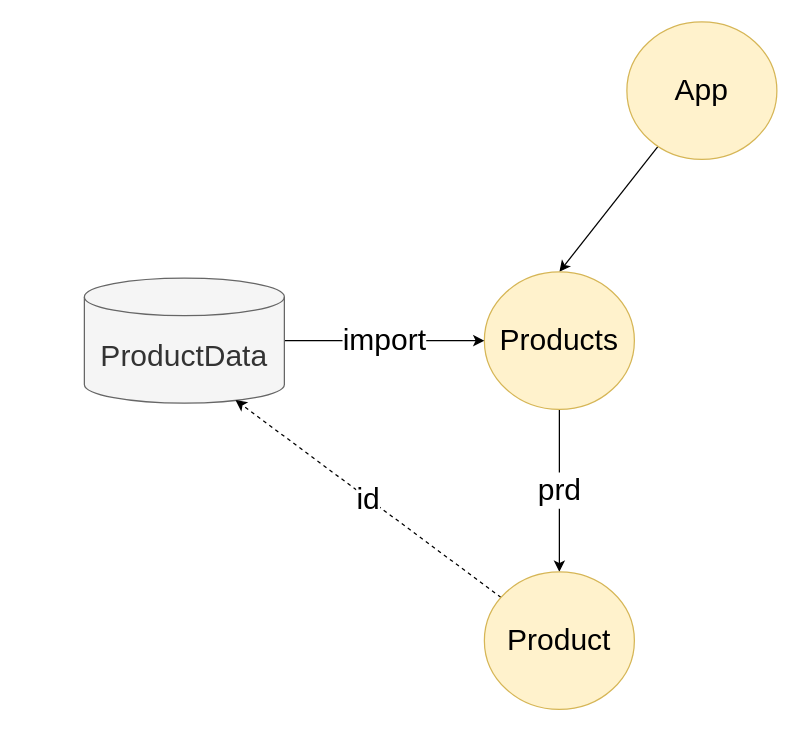
Before: page "ProductApp" (2 of 2) of Drawings.drawio in zcomert/BTK-AI-based-Web-Apps, a draw.io diagram. Source tidied: cells renumbered, new cells numbered last; positions are measured from the earlier drawing's top-left corner, leaving out a move shared by most shapes. Both pictures are drawn from the tidied source at 125%, with x=0, y=0 at pixel (84, 21).
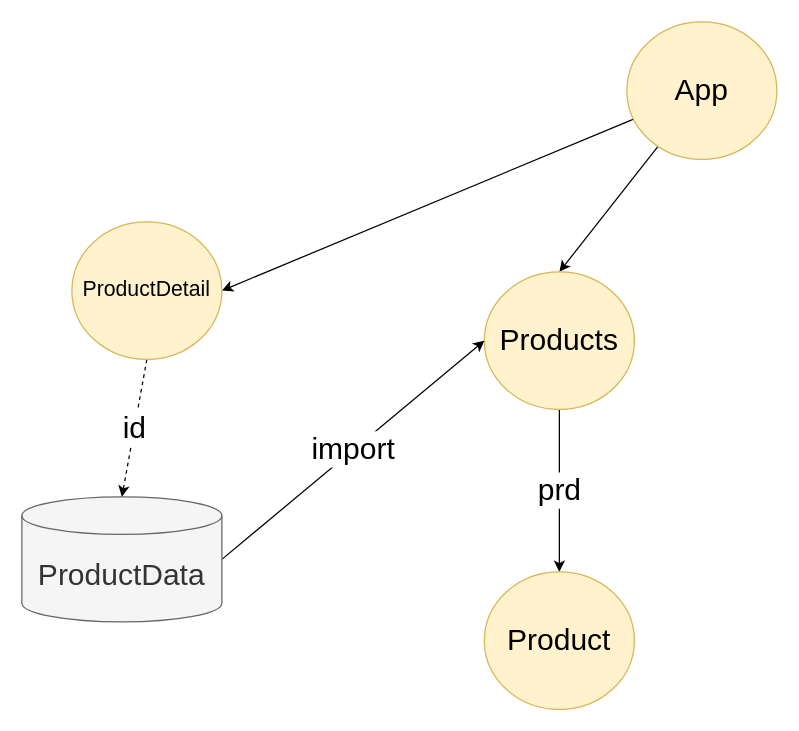
The same diagram, later.

What changed in the source:
```diff
@@
 <mxGraphModel>
   <root>
     <mxCell id="0" />
     <mxCell id="1" parent="0" />
     <mxCell id="2" style="rounded=0;jettySize=auto;html=1;entryX=0.5;entryY=0;entryDx=0;entryDy=0;fontSize=24;" parent="1" edge="1" source="3" target="5">
       <mxGeometry relative="1" as="geometry" />
     </mxCell>
+    <mxCell id="10" style="edgeStyle=none;rounded=0;jettySize=auto;html=1;entryX=1;entryY=0.5;entryDx=0;entryDy=0;fontSize=17;" parent="1" edge="1" source="3" target="11">
+      <mxGeometry relative="1" as="geometry" />
+    </mxCell>
     <mxCell id="3" value="App" style="ellipse;whiteSpace=wrap;html=1;fontSize=24;fillColor=#fff2cc;strokeColor=#d6b656;" parent="1" vertex="1">
       <mxGeometry x="434" width="120" height="110" as="geometry" />
     </mxCell>
     <mxCell id="4" value="prd" style="edgeStyle=none;rounded=0;jettySize=auto;html=1;fontSize=24;" parent="1" edge="1" source="5" target="9">
       <mxGeometry relative="1" as="geometry" />
     </mxCell>
     <mxCell id="5" value="Products" style="ellipse;whiteSpace=wrap;html=1;fontSize=24;fillColor=#fff2cc;strokeColor=#d6b656;" parent="1" vertex="1">
       <mxGeometry x="320" y="200" width="120" height="110" as="geometry" />
     </mxCell>
-    <mxCell id="6" value="import" style="edgeStyle=orthogonalEdgeStyle;rounded=0;jettySize=auto;html=1;entryX=0;entryY=0.5;entryDx=0;entryDy=0;fontSize=24;" parent="1" edge="1" source="7" target="5">
+    <mxCell id="6" value="import" style="rounded=0;jettySize=auto;html=1;entryX=0;entryY=0.5;entryDx=0;entryDy=0;fontSize=24;exitX=1;exitY=0.5;exitDx=0;exitDy=0;exitPerimeter=0;" parent="1" edge="1" source="7" target="5">
       <mxGeometry relative="1" as="geometry" />
     </mxCell>
     <mxCell id="7" value="ProductData" style="shape=cylinder3;whiteSpace=wrap;html=1;boundedLbl=1;backgroundOutline=1;size=15;fontSize=24;fillColor=#f5f5f5;strokeColor=#666666;fontColor=#333333;" parent="1" vertex="1">
-      <mxGeometry y="205" width="160" height="100" as="geometry" />
+      <mxGeometry x="-50" y="380" width="160" height="100" as="geometry" />
     </mxCell>
-    <mxCell id="8" value="id" style="edgeStyle=none;rounded=0;jettySize=auto;html=1;entryX=0.756;entryY=0.976;entryDx=0;entryDy=0;entryPerimeter=0;fontSize=24;dashed=1;" parent="1" edge="1" source="9" target="7">
+    <mxCell id="8" value="id" style="edgeStyle=none;rounded=0;jettySize=auto;html=1;fontSize=24;dashed=1;exitX=0.5;exitY=1;exitDx=0;exitDy=0;entryX=0.5;entryY=0;entryDx=0;entryDy=0;entryPerimeter=0;" parent="1" edge="1" source="11" target="7">
       <mxGeometry relative="1" as="geometry" />
     </mxCell>
     <mxCell id="9" value="Product" style="ellipse;whiteSpace=wrap;html=1;fontSize=24;fillColor=#fff2cc;strokeColor=#d6b656;" parent="1" vertex="1">
       <mxGeometry x="320" y="440" width="120" height="110" as="geometry" />
     </mxCell>
+    <mxCell id="11" value="ProductDetail" style="ellipse;whiteSpace=wrap;html=1;fontSize=17;fillColor=#fff2cc;strokeColor=#d6b656;" parent="1" vertex="1">
+      <mxGeometry x="-10" y="160" width="120" height="110" as="geometry" />
+    </mxCell>
   </root>
 </mxGraphModel>
```
